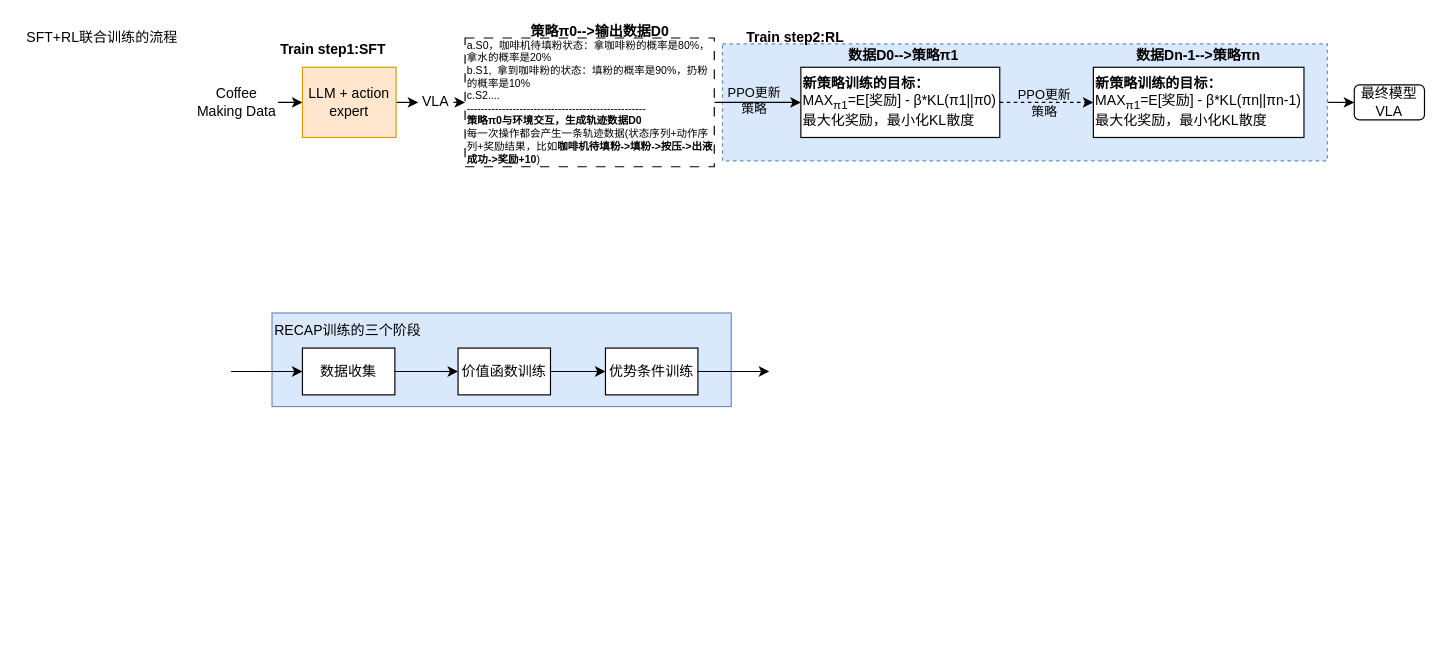
This is LLM/VLA/π*0.6.drawio from mailonghua/drawio, a draw.io file, before an edit. Source tidied: cells renumbered, new cells numbered last; positions are measured from the earlier drawing's top-left corner, leaving out a move shared by most shapes. Both pictures are drawn from the tidied source at 117%, with x=0, y=0 at pixel (20, 20).
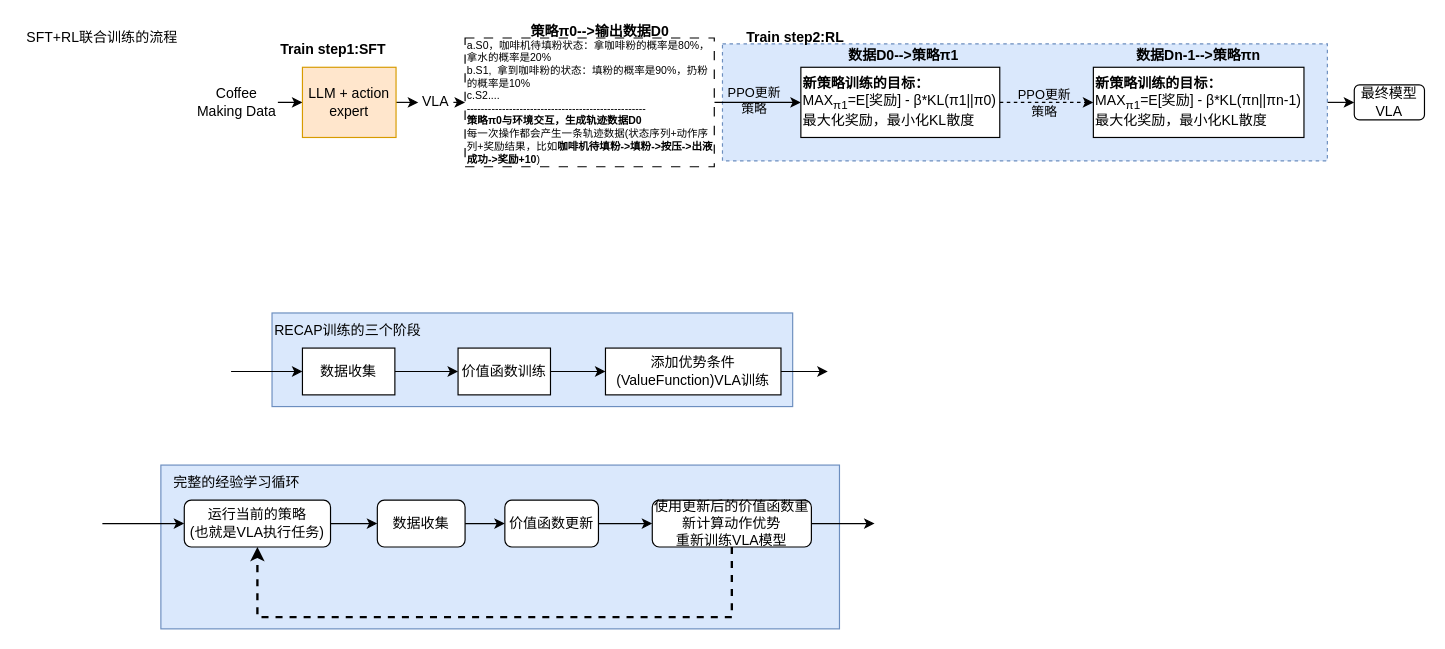
Above is the later version.

Diff of the diagram source:
```diff
@@
+    <mxCell id="33" style="rounded=0;whiteSpace=wrap;html=1;fillColor=#dae8fc;strokeColor=#6c8ebf;" parent="1" vertex="1">
+      <mxGeometry x="120" y="380" width="580" height="140" as="geometry" />
+    </mxCell>
     <mxCell id="2" style="rounded=0;whiteSpace=wrap;html=1;fillColor=#dae8fc;strokeColor=#6c8ebf;" parent="1" vertex="1">
-      <mxGeometry x="215" y="250" width="392.5" height="80" as="geometry" />
+      <mxGeometry x="215" y="250" width="445" height="80" as="geometry" />
     </mxCell>
@@
     <mxCell id="30" style="edgeStyle=orthogonalEdgeStyle;rounded=0;jettySize=auto;html=1;exitX=1;exitY=0.5;exitDx=0;exitDy=0;" parent="1" edge="1" source="31">
       <mxGeometry relative="1" as="geometry">
-        <mxPoint x="640" y="300" as="targetPoint" />
+        <mxPoint x="690" y="300" as="targetPoint" />
         <Array as="points">
           <mxPoint x="640" y="300" />
         </Array>
       </mxGeometry>
     </mxCell>
-    <mxCell id="31" value="优势条件训练" style="rounded=0;whiteSpace=wrap;html=1;" parent="1" vertex="1">
-      <mxGeometry x="500" y="280" width="79" height="40" as="geometry" />
+    <mxCell id="31" value="添加优势条件(ValueFunction)VLA训练" style="rounded=0;whiteSpace=wrap;html=1;" parent="1" vertex="1">
+      <mxGeometry x="500" y="280" width="150" height="40" as="geometry" />
     </mxCell>
@@
+    <mxCell id="34" style="edgeStyle=orthogonalEdgeStyle;rounded=0;jettySize=auto;html=1;" parent="1" edge="1" source="36" target="38">
+      <mxGeometry relative="1" as="geometry" />
+    </mxCell>
+    <mxCell id="35" style="edgeStyle=orthogonalEdgeStyle;rounded=0;jettySize=auto;html=1;exitX=0;exitY=0.5;exitDx=0;exitDy=0;startArrow=classic;startFill=1;endArrow=none;endFill=0;" parent="1" edge="1" source="36">
+      <mxGeometry relative="1" as="geometry">
+        <mxPoint x="70" y="430" as="targetPoint" />
+      </mxGeometry>
+    </mxCell>
+    <mxCell id="36" value="运行当前的策略&lt;br&gt;(也就是VLA执行任务)" style="rounded=1;whiteSpace=wrap;html=1;" parent="1" vertex="1">
+      <mxGeometry x="140" y="410" width="125" height="40" as="geometry" />
+    </mxCell>
+    <mxCell id="37" style="edgeStyle=orthogonalEdgeStyle;rounded=0;jettySize=auto;html=1;" parent="1" edge="1" source="38" target="40">
+      <mxGeometry relative="1" as="geometry" />
+    </mxCell>
+    <mxCell id="38" value="数据收集" style="rounded=1;whiteSpace=wrap;html=1;" parent="1" vertex="1">
+      <mxGeometry x="305" y="410" width="75" height="40" as="geometry" />
+    </mxCell>
+    <mxCell id="39" style="edgeStyle=orthogonalEdgeStyle;rounded=0;jettySize=auto;html=1;" parent="1" edge="1" source="40" target="43">
+      <mxGeometry relative="1" as="geometry" />
+    </mxCell>
+    <mxCell id="40" value="价值函数更新" style="rounded=1;whiteSpace=wrap;html=1;" parent="1" vertex="1">
+      <mxGeometry x="414" y="410" width="80" height="40" as="geometry" />
+    </mxCell>
+    <mxCell id="41" style="edgeStyle=orthogonalEdgeStyle;rounded=0;jettySize=auto;html=1;exitX=1;exitY=0.5;exitDx=0;exitDy=0;" parent="1" edge="1" source="43">
+      <mxGeometry relative="1" as="geometry">
+        <mxPoint x="730" y="430" as="targetPoint" />
+      </mxGeometry>
+    </mxCell>
+    <mxCell id="42" style="edgeStyle=orthogonalEdgeStyle;rounded=0;jettySize=auto;html=1;exitX=0.5;exitY=1;exitDx=0;exitDy=0;entryX=0.5;entryY=1;entryDx=0;entryDy=0;dashed=1;strokeWidth=2;" parent="1" edge="1" source="43" target="36">
+      <mxGeometry relative="1" as="geometry">
+        <Array as="points">
+          <mxPoint x="608" y="510" />
+          <mxPoint x="203" y="510" />
+        </Array>
+      </mxGeometry>
+    </mxCell>
+    <mxCell id="43" value="使用更新后的价值函数重新计算动作优势&lt;br&gt;重新训练VLA模型" style="rounded=1;whiteSpace=wrap;html=1;" parent="1" vertex="1">
+      <mxGeometry x="540" y="410" width="136" height="40" as="geometry" />
+    </mxCell>
+    <mxCell id="44" value="完整的经验学习循环" style="text;html=1;whiteSpace=wrap;strokeColor=none;fillColor=none;align=center;verticalAlign=middle;rounded=0;" parent="1" vertex="1">
+      <mxGeometry x="120" y="380" width="130" height="30" as="geometry" />
+    </mxCell>
```
